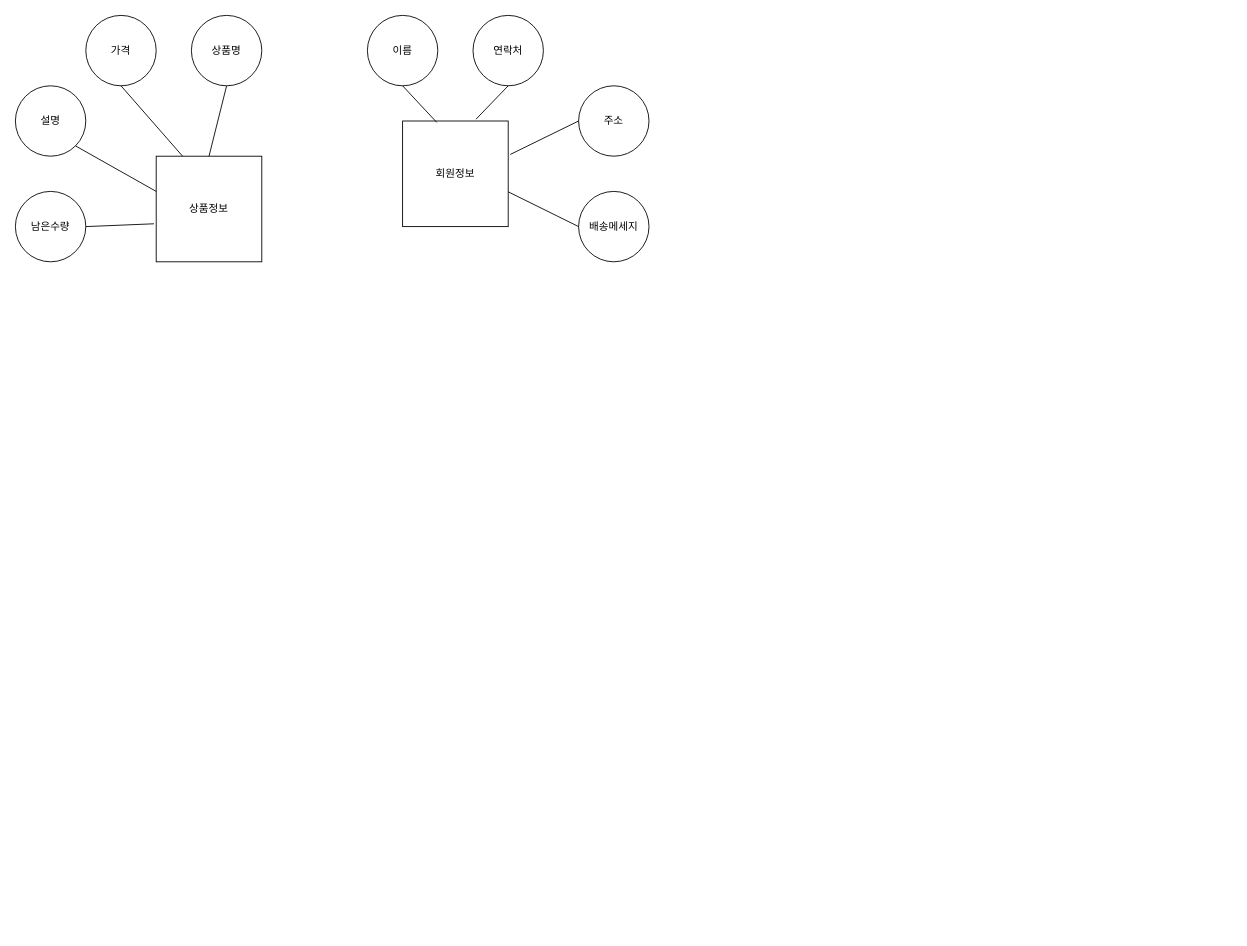
The draw.io diagram quiz01.drawio in JaeHyun-Ban/image, before the edit. Source tidied: cells renumbered, new cells numbered last; positions are measured from the earlier drawing's top-left corner, leaving out a move shared by most shapes. Both pictures are drawn from the tidied source at 88%, with x=0, y=0 at pixel (15, 15).
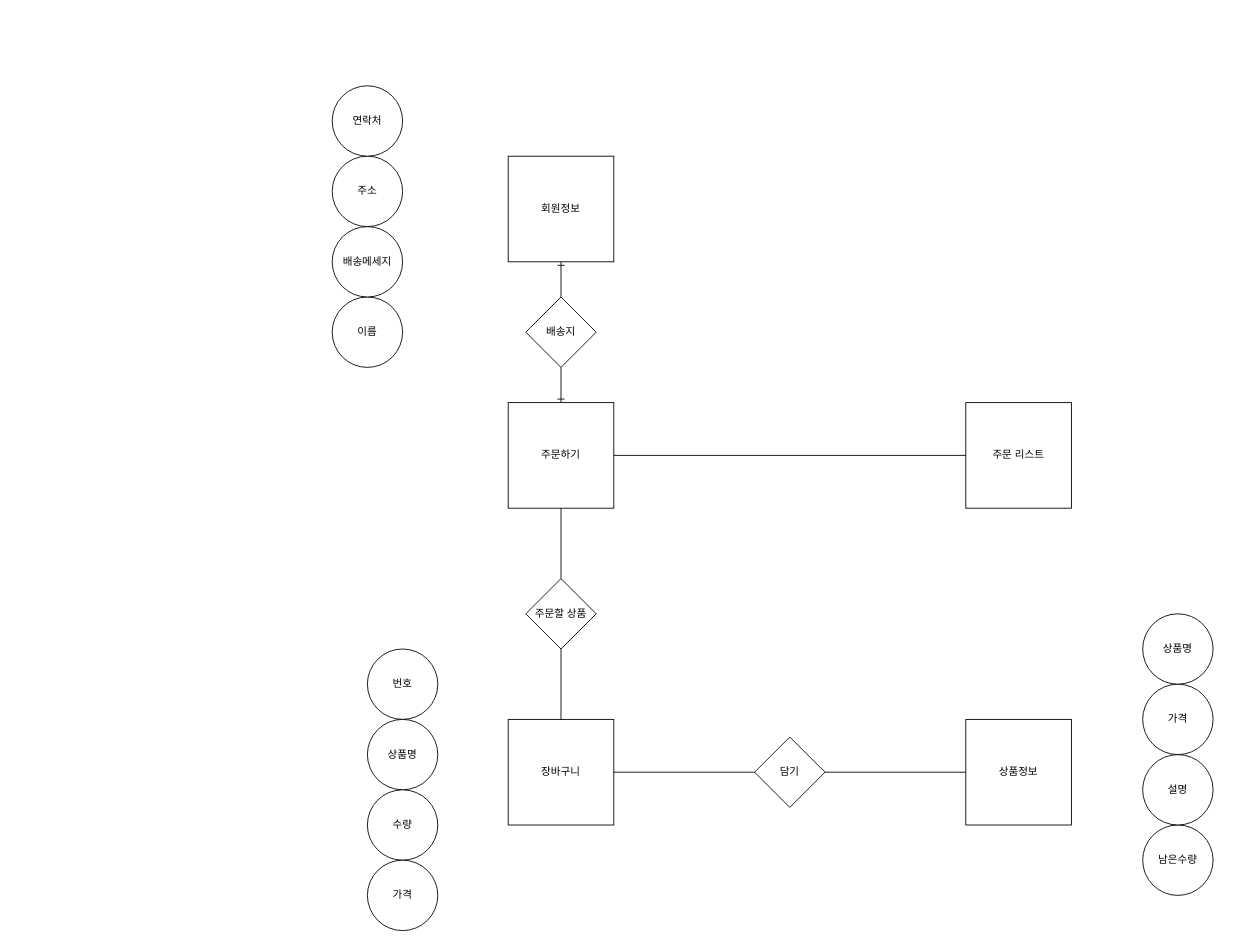
After the change.

Diff of the diagram source:
```diff
@@
     <mxCell id="2" value="상품정보" style="whiteSpace=wrap;html=1;" parent="1" vertex="1">
-      <mxGeometry x="160" y="160" width="120" height="120" as="geometry" />
+      <mxGeometry x="1080" y="800" width="120" height="120" as="geometry" />
     </mxCell>
     <mxCell id="3" value="남은수량" style="ellipse;whiteSpace=wrap;html=1;" parent="1" vertex="1">
-      <mxGeometry y="200" width="80" height="80" as="geometry" />
+      <mxGeometry x="1281" y="920" width="80" height="80" as="geometry" />
     </mxCell>
     <mxCell id="4" value="설명" style="ellipse;whiteSpace=wrap;html=1;" parent="1" vertex="1">
-      <mxGeometry y="80" width="80" height="80" as="geometry" />
+      <mxGeometry x="1281" y="840" width="80" height="80" as="geometry" />
     </mxCell>
     <mxCell id="5" value="가격" style="ellipse;whiteSpace=wrap;html=1;" parent="1" vertex="1">
-      <mxGeometry x="80" width="80" height="80" as="geometry" />
+      <mxGeometry x="1281" y="760" width="80" height="80" as="geometry" />
     </mxCell>
     <mxCell id="6" value="상품명" style="ellipse;whiteSpace=wrap;html=1;" parent="1" vertex="1">
-      <mxGeometry x="200" width="80" height="80" as="geometry" />
+      <mxGeometry x="1281" y="680" width="80" height="80" as="geometry" />
     </mxCell>
-    <mxCell id="7" style="endArrow=none;html=1;exitX=1;exitY=1;exitDx=0;exitDy=0;" parent="1" edge="1" source="4">
-      <mxGeometry relative="1" as="geometry">
-        <mxPoint x="160" y="200" as="targetPoint" />
-      </mxGeometry>
-    </mxCell>
-    <mxCell id="8" style="endArrow=none;html=1;entryX=0.5;entryY=1;entryDx=0;entryDy=0;exitX=0.25;exitY=0;exitDx=0;exitDy=0;" parent="1" edge="1" source="2" target="5">
-      <mxGeometry relative="1" as="geometry" />
-    </mxCell>
-    <mxCell id="9" style="endArrow=none;html=1;exitX=0.5;exitY=0;exitDx=0;exitDy=0;" parent="1" edge="1" source="2">
-      <mxGeometry relative="1" as="geometry">
-        <mxPoint x="240" y="80" as="targetPoint" />
-      </mxGeometry>
-    </mxCell>
     <mxCell id="10" style="endArrow=none;html=1;" parent="1" edge="1">
       <mxGeometry relative="1" as="geometry">
-        <mxPoint x="230" y="320" as="sourcePoint" />
-        <mxPoint x="230" y="320" as="targetPoint" />
+        <mxPoint x="1381" y="990" as="sourcePoint" />
+        <mxPoint x="1381" y="990" as="targetPoint" />
       </mxGeometry>
     </mxCell>
-    <mxCell id="11" style="endArrow=none;html=1;exitX=1;exitY=0.5;exitDx=0;exitDy=0;entryX=-0.021;entryY=0.64;entryDx=0;entryDy=0;entryPerimeter=0;" parent="1" edge="1" source="3" target="2">
-      <mxGeometry relative="1" as="geometry" />
-    </mxCell>
     <mxCell id="12" value="회원정보" style="whiteSpace=wrap;html=1;" parent="1" vertex="1">
-      <mxGeometry x="440" y="120" width="120" height="120" as="geometry" />
+      <mxGeometry x="560" y="160" width="120" height="120" as="geometry" />
     </mxCell>
     <mxCell id="13" value="이름" style="ellipse;whiteSpace=wrap;html=1;" parent="1" vertex="1">
-      <mxGeometry x="400" width="80" height="80" as="geometry" />
+      <mxGeometry x="360" y="320" width="80" height="80" as="geometry" />
     </mxCell>
     <mxCell id="14" value="배송메세지" style="ellipse;whiteSpace=wrap;html=1;" parent="1" vertex="1">
-      <mxGeometry x="640" y="200" width="80" height="80" as="geometry" />
+      <mxGeometry x="360" y="240" width="80" height="80" as="geometry" />
     </mxCell>
     <mxCell id="15" value="주소" style="ellipse;whiteSpace=wrap;html=1;" parent="1" vertex="1">
-      <mxGeometry x="640" y="80" width="80" height="80" as="geometry" />
+      <mxGeometry x="360" y="160" width="80" height="80" as="geometry" />
     </mxCell>
     <mxCell id="16" value="연락처" style="ellipse;whiteSpace=wrap;html=1;" parent="1" vertex="1">
-      <mxGeometry x="520" width="80" height="80" as="geometry" />
+      <mxGeometry x="360" y="80" width="80" height="80" as="geometry" />
     </mxCell>
-    <mxCell id="17" style="endArrow=none;html=1;exitX=1.019;exitY=0.317;exitDx=0;exitDy=0;exitPerimeter=0;" parent="1" edge="1" source="12">
-      <mxGeometry relative="1" as="geometry">
-        <mxPoint x="640" y="120" as="targetPoint" />
-      </mxGeometry>
-    </mxCell>
-    <mxCell id="18" style="endArrow=none;html=1;exitX=0.999;exitY=0.67;exitDx=0;exitDy=0;exitPerimeter=0;" parent="1" edge="1" source="12">
-      <mxGeometry relative="1" as="geometry">
-        <mxPoint x="640" y="240" as="targetPoint" />
-      </mxGeometry>
-    </mxCell>
-    <mxCell id="19" style="endArrow=none;html=1;exitX=0.695;exitY=-0.017;exitDx=0;exitDy=0;exitPerimeter=0;" parent="1" edge="1" source="12">
-      <mxGeometry relative="1" as="geometry">
-        <mxPoint x="560" y="80" as="targetPoint" />
-      </mxGeometry>
-    </mxCell>
-    <mxCell id="20" style="endArrow=none;html=1;exitX=0.323;exitY=0.013;exitDx=0;exitDy=0;exitPerimeter=0;" parent="1" edge="1" source="12">
-      <mxGeometry relative="1" as="geometry">
-        <mxPoint x="440" y="80" as="targetPoint" />
-      </mxGeometry>
-    </mxCell>
+    <mxCell id="21" value="주문하기" style="whiteSpace=wrap;html=1;" parent="1" vertex="1">
+      <mxGeometry x="560" y="440" width="120" height="120" as="geometry" />
+    </mxCell>
+    <mxCell id="22" value="장바구니" style="whiteSpace=wrap;html=1;strokeWidth=1;fontSize=12;fontColor=#000000;" parent="1" vertex="1">
+      <mxGeometry x="560" y="800" width="120" height="120" as="geometry" />
+    </mxCell>
+    <mxCell id="23" value="담기" style="rhombus;whiteSpace=wrap;html=1;strokeWidth=1;fontSize=12;fontColor=#000000;" parent="1" vertex="1">
+      <mxGeometry x="840" y="820" width="80" height="80" as="geometry" />
+    </mxCell>
+    <mxCell id="24" value="배송지" style="rhombus;whiteSpace=wrap;html=1;strokeWidth=1;fontSize=12;fontColor=#000000;" parent="1" vertex="1">
+      <mxGeometry x="580" y="320" width="80" height="80" as="geometry" />
+    </mxCell>
+    <mxCell id="25" value="주문할 상품" style="rhombus;whiteSpace=wrap;html=1;strokeWidth=1;fontSize=12;fontColor=#000000;" parent="1" vertex="1">
+      <mxGeometry x="580" y="640" width="80" height="80" as="geometry" />
+    </mxCell>
+    <mxCell id="26" value="주문 리스트" style="whiteSpace=wrap;html=1;strokeWidth=1;fontSize=12;fontColor=#000000;" parent="1" vertex="1">
+      <mxGeometry x="1080" y="440" width="120" height="120" as="geometry" />
+    </mxCell>
+    <mxCell id="27" style="endArrow=ERone;html=1;strokeWidth=1;fontSize=12;fontColor=#000000;exitX=0.5;exitY=0;exitDx=0;exitDy=0;startArrow=none;startFill=0;endFill=0;" parent="1" edge="1" source="24">
+      <mxGeometry relative="1" as="geometry">
+        <mxPoint x="620" y="280" as="targetPoint" />
+      </mxGeometry>
+    </mxCell>
+    <mxCell id="28" style="endArrow=none;html=1;strokeWidth=1;fontSize=12;fontColor=#000000;exitX=0.5;exitY=0;exitDx=0;exitDy=0;startArrow=ERone;startFill=0;" parent="1" edge="1" source="21">
+      <mxGeometry relative="1" as="geometry">
+        <mxPoint x="620" y="400" as="targetPoint" />
+      </mxGeometry>
+    </mxCell>
+    <mxCell id="29" value="번호" style="ellipse;whiteSpace=wrap;html=1;strokeWidth=1;fontSize=12;fontColor=#000000;" parent="1" vertex="1">
+      <mxGeometry x="400" y="720" width="80" height="80" as="geometry" />
+    </mxCell>
+    <mxCell id="30" value="상품명" style="ellipse;whiteSpace=wrap;html=1;strokeWidth=1;fontSize=12;fontColor=#000000;" parent="1" vertex="1">
+      <mxGeometry x="400" y="800" width="80" height="80" as="geometry" />
+    </mxCell>
+    <mxCell id="31" value="수량" style="ellipse;whiteSpace=wrap;html=1;strokeWidth=1;fontSize=12;fontColor=#000000;" parent="1" vertex="1">
+      <mxGeometry x="400" y="880" width="80" height="80" as="geometry" />
+    </mxCell>
+    <mxCell id="32" value="가격" style="ellipse;whiteSpace=wrap;html=1;strokeWidth=1;fontSize=12;fontColor=#000000;" parent="1" vertex="1">
+      <mxGeometry x="400" y="960" width="80" height="80" as="geometry" />
+    </mxCell>
+    <mxCell id="33" style="endArrow=none;html=1;strokeWidth=1;fontSize=12;fontColor=#000000;entryX=0.5;entryY=1;entryDx=0;entryDy=0;exitX=0.5;exitY=0;exitDx=0;exitDy=0;" parent="1" edge="1" source="25" target="21">
+      <mxGeometry relative="1" as="geometry" />
+    </mxCell>
+    <mxCell id="34" style="endArrow=none;html=1;strokeWidth=1;fontSize=12;fontColor=#000000;entryX=0.5;entryY=0;entryDx=0;entryDy=0;exitX=0.5;exitY=1;exitDx=0;exitDy=0;" parent="1" edge="1" source="25" target="22">
+      <mxGeometry relative="1" as="geometry" />
+    </mxCell>
+    <mxCell id="35" style="endArrow=none;html=1;strokeWidth=1;fontSize=12;fontColor=#000000;entryX=0;entryY=0.5;entryDx=0;entryDy=0;" parent="1" edge="1" target="2">
+      <mxGeometry relative="1" as="geometry">
+        <mxPoint x="920" y="860" as="sourcePoint" />
+      </mxGeometry>
+    </mxCell>
+    <mxCell id="36" style="endArrow=none;html=1;strokeWidth=1;fontSize=12;fontColor=#000000;entryX=0;entryY=0.5;entryDx=0;entryDy=0;" parent="1" edge="1" source="22" target="23">
+      <mxGeometry relative="1" as="geometry" />
+    </mxCell>
+    <mxCell id="37" style="endArrow=none;html=1;strokeWidth=1;fontSize=12;fontColor=#000000;exitX=1;exitY=0.5;exitDx=0;exitDy=0;entryX=0;entryY=0.5;entryDx=0;entryDy=0;" parent="1" edge="1" source="21" target="26">
+      <mxGeometry relative="1" as="geometry" />
+    </mxCell>
```
